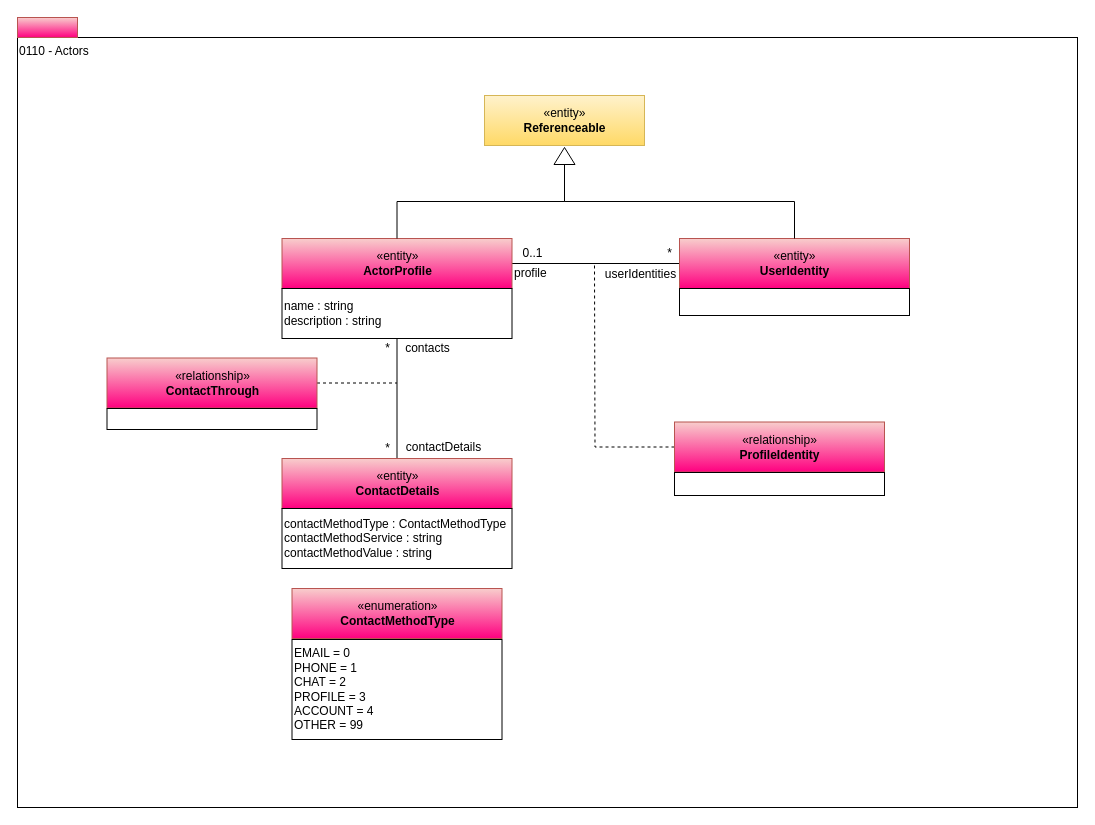
The draw.io diagram page "0110-Actors" (2 of 13) of open-metadata-publication/website/open-metadata-types/area-1-collaboration.drawio in odpi/egeria, before the edit. Source tidied: cells renumbered, new cells numbered last; positions are measured from the earlier drawing's top-left corner, leaving out a move shared by most shapes. Both pictures are drawn from the tidied source at 100%, with x=0, y=0 at pixel (17, 17).
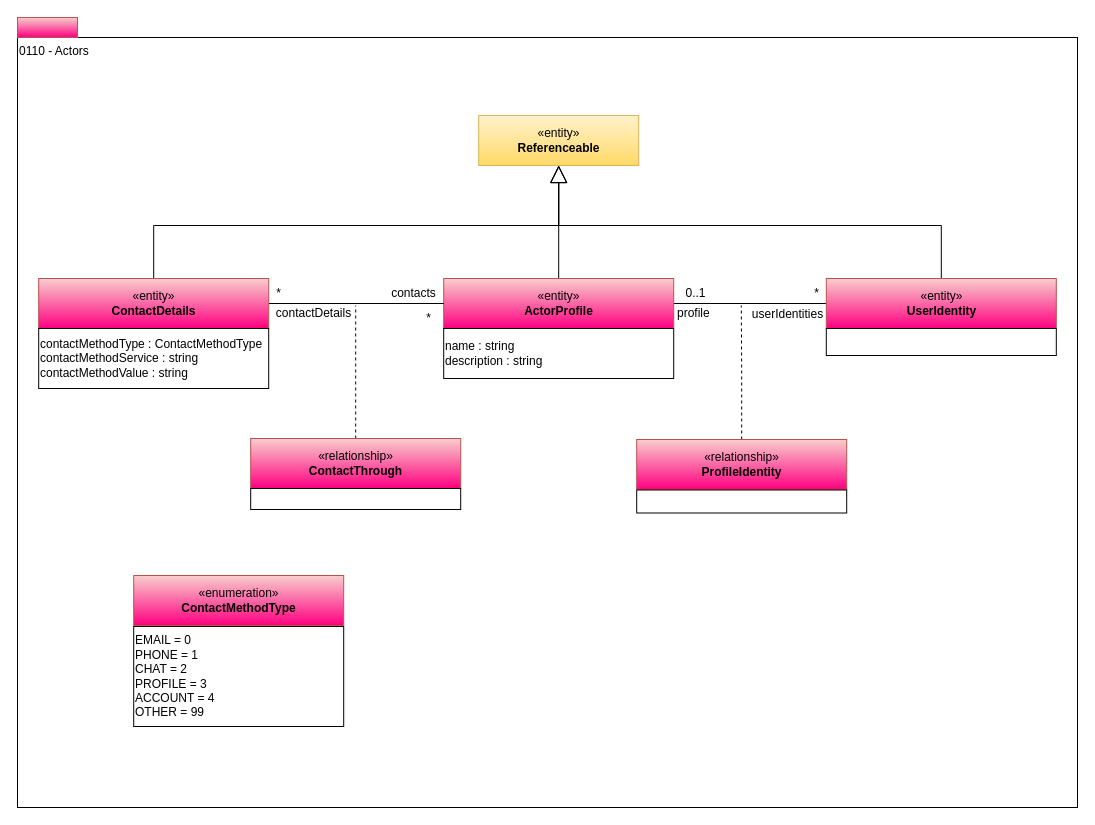
After the change.

Change to the diagram source:
```diff
@@
+    <mxCell id="32" style="edgeStyle=orthogonalEdgeStyle;rounded=0;jettySize=auto;html=1;entryX=0.5;entryY=1;entryDx=0;entryDy=0;endArrow=block;endFill=0;endSize=15;" parent="1" edge="1" source="4" target="10">
+      <mxGeometry relative="1" as="geometry" />
+    </mxCell>
     <mxCell id="4" value="«entity»&lt;br&gt;&lt;b&gt;ActorProfile&lt;/b&gt;" style="html=1;strokeColor=#b85450;align=center;fillColor=#f8cecc;gradientColor=#FF0080;" parent="1" vertex="1">
-      <mxGeometry x="264.5" y="221" width="230" height="50" as="geometry" />
+      <mxGeometry x="426.2" y="261" width="230" height="50" as="geometry" />
     </mxCell>
@@
-    <mxCell id="6" style="edgeStyle=orthogonalEdgeStyle;rounded=0;html=1;exitX=0.5;exitY=1;endArrow=none;endFill=0;jettySize=auto;" parent="1" edge="1" source="7" target="13">
+    <mxCell id="6" style="edgeStyle=orthogonalEdgeStyle;rounded=0;html=1;exitX=0;exitY=0.5;endArrow=none;endFill=0;jettySize=auto;exitDx=0;exitDy=0;" parent="1" edge="1" source="4" target="13">
       <mxGeometry relative="1" as="geometry" />
     </mxCell>
     <mxCell id="7" value="name : string&lt;br&gt;description : string&lt;br&gt;" style="rounded=0;whiteSpace=wrap;html=1;align=left;" parent="1" vertex="1">
-      <mxGeometry x="264.5" y="271" width="230" height="50" as="geometry" />
+      <mxGeometry x="426.2" y="311" width="230" height="50" as="geometry" />
     </mxCell>
-    <mxCell id="8" style="edgeStyle=orthogonalEdgeStyle;rounded=0;html=1;exitX=0;exitY=0.5;entryX=0.5;entryY=0;jettySize=auto;endArrow=none;endFill=0;" parent="1" edge="1" source="9" target="4">
-      <mxGeometry relative="1" as="geometry" />
-    </mxCell>
-    <mxCell id="9" style="triangle;whiteSpace=wrap;html=1;strokeColor=#000000;gradientColor=#ffffff;align=center;rotation=-90;" parent="1" vertex="1">
-      <mxGeometry x="538.5" y="128" width="17" height="21" as="geometry" />
-    </mxCell>
     <mxCell id="10" value="«entity»&lt;br&gt;&lt;b&gt;Referenceable&lt;/b&gt;" style="html=1;strokeColor=#d6b656;align=center;fillColor=#fff2cc;gradientColor=#ffd966;" parent="1" vertex="1">
-      <mxGeometry x="467" y="78" width="160" height="50" as="geometry" />
+      <mxGeometry x="461.2" y="98" width="160" height="50" as="geometry" />
     </mxCell>
     <mxCell id="11" value="«enumeration»&lt;br&gt;&lt;span&gt;&lt;b&gt;ContactMethodType&lt;/b&gt;&lt;/span&gt;&lt;br&gt;" style="html=1;strokeColor=#b85450;align=center;fillColor=#f8cecc;gradientColor=#FF0080;" parent="1" vertex="1">
-      <mxGeometry x="274.5" y="571" width="210" height="50" as="geometry" />
+      <mxGeometry x="116.2" y="558" width="210" height="50" as="geometry" />
     </mxCell>
     <mxCell id="12" value="&lt;div style=&quot;text-align: left&quot;&gt;EMAIL = 0&lt;/div&gt;&lt;div style=&quot;text-align: left&quot;&gt;PHONE = 1&lt;/div&gt;&lt;div style=&quot;text-align: left&quot;&gt;CHAT = 2&lt;/div&gt;&lt;div style=&quot;text-align: left&quot;&gt;PROFILE = 3&lt;/div&gt;&lt;div style=&quot;text-align: left&quot;&gt;ACCOUNT = 4&lt;/div&gt;&lt;div style=&quot;text-align: left&quot;&gt;OTHER = 99&lt;/div&gt;" style="rounded=0;whiteSpace=wrap;html=1;strokeColor=#000000;gradientColor=#ffffff;align=left;" parent="1" vertex="1">
-      <mxGeometry x="274.5" y="622" width="210" height="100" as="geometry" />
+      <mxGeometry x="116.2" y="609" width="210" height="100" as="geometry" />
     </mxCell>
+    <mxCell id="33" style="edgeStyle=orthogonalEdgeStyle;rounded=0;jettySize=auto;html=1;endArrow=block;endFill=0;endSize=15;" parent="1" edge="1" source="13" target="10">
+      <mxGeometry relative="1" as="geometry">
+        <Array as="points">
+          <mxPoint x="136.2" y="208" />
+          <mxPoint x="541.2" y="208" />
+        </Array>
+      </mxGeometry>
+    </mxCell>
     <mxCell id="13" value="«entity»&lt;br&gt;&lt;b&gt;ContactDetails&lt;/b&gt;" style="html=1;strokeColor=#b85450;align=center;fillColor=#f8cecc;gradientColor=#FF0080;" parent="1" vertex="1">
-      <mxGeometry x="264.5" y="441" width="230" height="50" as="geometry" />
+      <mxGeometry x="21.2" y="261" width="230" height="50" as="geometry" />
     </mxCell>
     <mxCell id="14" value="contactMethodType : ContactMethodType&lt;br&gt;contactMethodService : string&lt;br&gt;contactMethodValue : string&lt;br&gt;" style="rounded=0;whiteSpace=wrap;html=1;align=left;" parent="1" vertex="1">
-      <mxGeometry x="264.5" y="491" width="230" height="60" as="geometry" />
+      <mxGeometry x="21.2" y="311" width="230" height="60" as="geometry" />
     </mxCell>
-    <mxCell id="15" style="edgeStyle=orthogonalEdgeStyle;rounded=0;html=1;exitX=1;exitY=0.5;endArrow=none;endFill=0;jettySize=auto;dashed=1;" parent="1" edge="1" source="16">
+    <mxCell id="15" style="edgeStyle=orthogonalEdgeStyle;rounded=0;html=1;endArrow=none;endFill=0;jettySize=auto;dashed=1;" parent="1" edge="1" source="16">
       <mxGeometry relative="1" as="geometry">
-        <mxPoint x="379.5" y="365.5" as="targetPoint" />
+        <mxPoint x="338.2" y="288" as="targetPoint" />
       </mxGeometry>
     </mxCell>
     <mxCell id="16" value="«relationship»&lt;br&gt;&lt;b&gt;ContactThrough&lt;/b&gt;" style="html=1;strokeColor=#b85450;align=center;fillColor=#f8cecc;gradientColor=#FF0080;" parent="1" vertex="1">
-      <mxGeometry x="89.5" y="340.5" width="210" height="50" as="geometry" />
+      <mxGeometry x="233.2" y="421" width="210" height="50" as="geometry" />
     </mxCell>
     <mxCell id="17" style="rounded=0;whiteSpace=wrap;html=1;strokeColor=#000000;gradientColor=#ffffff;align=left;" parent="1" vertex="1">
-      <mxGeometry x="89.5" y="391" width="210" height="21" as="geometry" />
+      <mxGeometry x="233.2" y="471" width="210" height="21" as="geometry" />
     </mxCell>
     <mxCell id="18" value="*" style="text;html=1;align=center;verticalAlign=top;spacingTop=-4;" parent="1" vertex="1">
-      <mxGeometry x="359.5" y="321" width="20" height="20" as="geometry" />
+      <mxGeometry x="401.2" y="291" width="20" height="20" as="geometry" />
     </mxCell>
     <mxCell id="19" value="*" style="text;html=1;align=center;verticalAlign=top;spacingTop=-4;" parent="1" vertex="1">
-      <mxGeometry x="359.5" y="421" width="20" height="20" as="geometry" />
+      <mxGeometry x="251.2" y="266" width="20" height="20" as="geometry" />
     </mxCell>
     <mxCell id="20" value="contacts" style="text;html=1;align=center;verticalAlign=top;spacingTop=-4;" parent="1" vertex="1">
-      <mxGeometry x="379.5" y="321" width="60" height="20" as="geometry" />
+      <mxGeometry x="366.2" y="266" width="60" height="20" as="geometry" />
     </mxCell>
     <mxCell id="21" value="contactDetails" style="text;html=1;align=center;verticalAlign=top;spacingTop=-4;" parent="1" vertex="1">
-      <mxGeometry x="380.5" y="420" width="90" height="20" as="geometry" />
+      <mxGeometry x="251.2" y="286" width="90" height="20" as="geometry" />
     </mxCell>
+    <mxCell id="34" style="edgeStyle=orthogonalEdgeStyle;rounded=0;jettySize=auto;html=1;entryX=0.5;entryY=1;entryDx=0;entryDy=0;endArrow=block;endFill=0;endSize=15;" parent="1" edge="1" source="22" target="10">
+      <mxGeometry relative="1" as="geometry">
+        <Array as="points">
+          <mxPoint x="924.2" y="208" />
+          <mxPoint x="541.2" y="208" />
+        </Array>
+      </mxGeometry>
+    </mxCell>
     <mxCell id="22" value="«entity»&lt;br&gt;&lt;b&gt;UserIdentity&lt;/b&gt;" style="html=1;strokeColor=#b85450;align=center;fillColor=#f8cecc;gradientColor=#FF0080;" parent="1" vertex="1">
-      <mxGeometry x="662" y="221" width="230" height="50" as="geometry" />
+      <mxGeometry x="808.8" y="261" width="230" height="50" as="geometry" />
     </mxCell>
     <mxCell id="23" style="rounded=0;whiteSpace=wrap;html=1;align=left;" parent="1" vertex="1">
-      <mxGeometry x="662" y="271" width="230" height="27" as="geometry" />
+      <mxGeometry x="808.8" y="311" width="230" height="27" as="geometry" />
     </mxCell>
-    <mxCell id="24" style="edgeStyle=orthogonalEdgeStyle;rounded=0;html=1;exitX=0;exitY=0.5;jettySize=auto;endArrow=none;endFill=0;" parent="1" edge="1" source="9" target="22">
-      <mxGeometry relative="1" as="geometry" />
-    </mxCell>
-    <mxCell id="25" style="edgeStyle=orthogonalEdgeStyle;rounded=0;html=1;exitX=0;exitY=0.5;endArrow=none;endFill=0;jettySize=auto;dashed=1;" parent="1" edge="1" source="26">
+    <mxCell id="25" style="edgeStyle=orthogonalEdgeStyle;rounded=0;html=1;exitX=0.5;exitY=0;endArrow=none;endFill=0;jettySize=auto;dashed=1;exitDx=0;exitDy=0;" parent="1" edge="1" source="26">
       <mxGeometry relative="1" as="geometry">
-        <mxPoint x="577" y="248" as="targetPoint" />
+        <mxPoint x="723.8" y="288" as="targetPoint" />
       </mxGeometry>
     </mxCell>
     <mxCell id="26" value="«relationship»&lt;br&gt;&lt;b&gt;ProfileIdentity&lt;/b&gt;" style="html=1;strokeColor=#b85450;align=center;fillColor=#f8cecc;gradientColor=#FF0080;" parent="1" vertex="1">
-      <mxGeometry x="657" y="404.5" width="210" height="50" as="geometry" />
+      <mxGeometry x="619.2" y="422" width="210" height="50" as="geometry" />
     </mxCell>
     <mxCell id="27" style="rounded=0;whiteSpace=wrap;html=1;strokeColor=#000000;gradientColor=#ffffff;align=left;" parent="1" vertex="1">
-      <mxGeometry x="657" y="455" width="210" height="23" as="geometry" />
+      <mxGeometry x="619.2" y="472.5" width="210" height="23" as="geometry" />
     </mxCell>
     <mxCell id="28" value="*" style="text;html=1;align=center;verticalAlign=top;spacingTop=-4;" parent="1" vertex="1">
-      <mxGeometry x="642" y="226" width="20" height="20" as="geometry" />
+      <mxGeometry x="788.8" y="266" width="20" height="20" as="geometry" />
     </mxCell>
     <mxCell id="29" value="0..1" style="text;html=1;align=center;verticalAlign=top;spacingTop=-4;" parent="1" vertex="1">
-      <mxGeometry x="494.5" y="226" width="40" height="20" as="geometry" />
+      <mxGeometry x="658.2" y="266" width="40" height="20" as="geometry" />
     </mxCell>
     <mxCell id="30" value="userIdentities" style="text;html=1;align=center;verticalAlign=top;spacingTop=-4;" parent="1" vertex="1">
-      <mxGeometry x="578" y="247" width="90" height="20" as="geometry" />
+      <mxGeometry x="724.8" y="287" width="90" height="20" as="geometry" />
     </mxCell>
     <mxCell id="31" value="profile" style="text;html=1;align=left;verticalAlign=top;spacingTop=-4;" parent="1" vertex="1">
-      <mxGeometry x="494.5" y="246" width="50" height="20" as="geometry" />
+      <mxGeometry x="658.2" y="286" width="50" height="20" as="geometry" />
     </mxCell>
```
